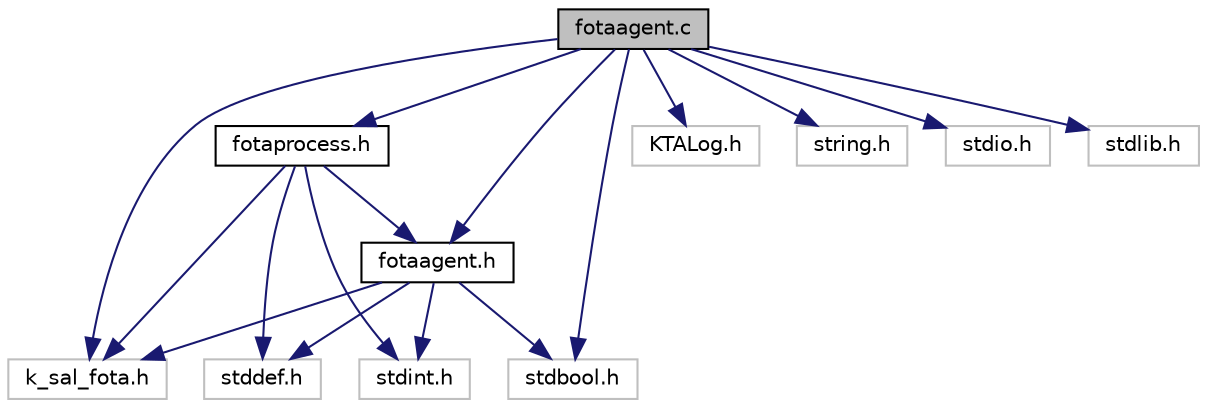
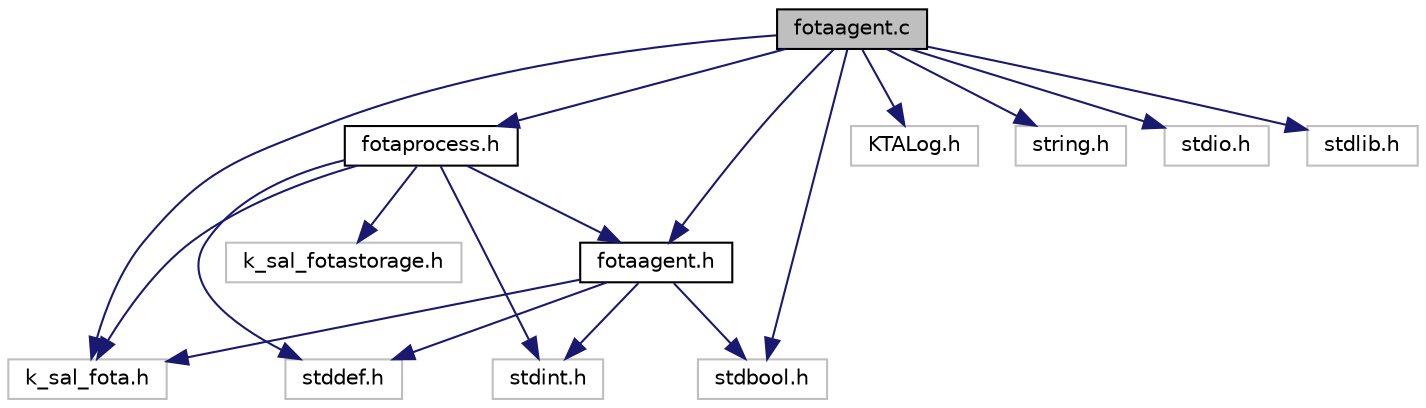
digraph "fotaagent.c"
{
 // LATEX_PDF_SIZE
  edge [fontname="Helvetica",fontsize="10",labelfontname="Helvetica",labelfontsize="10"];
  node [fontname="Helvetica",fontsize="10",shape=record];
  Node1 [label="fotaagent.c",height=0.2,width=0.4,color="black", fillcolor="grey75", style="filled", fontcolor="black",tooltip="Fota Agent."];
  Node1 -> Node2 [color="midnightblue",fontsize="10",style="solid",fontname="Helvetica"];
  Node2 [label="fotaagent.h",height=0.2,width=0.4,color="black", fillcolor="white", style="filled",URL="$fotaagent_8h.html",tooltip="Interface for Fota Agent."];
  Node2 -> Node3 [color="midnightblue",fontsize="10",style="solid",fontname="Helvetica"];
  Node3 [label="k_sal_fota.h",height=0.2,width=0.4,color="grey75", fillcolor="white", style="filled",tooltip=" "];
  Node2 -> Node4 [color="midnightblue",fontsize="10",style="solid",fontname="Helvetica"];
  Node4 [label="stddef.h",height=0.2,width=0.4,color="grey75", fillcolor="white", style="filled",tooltip=" "];
  Node2 -> Node5 [color="midnightblue",fontsize="10",style="solid",fontname="Helvetica"];
  Node5 [label="stdint.h",height=0.2,width=0.4,color="grey75", fillcolor="white", style="filled",tooltip=" "];
  Node2 -> Node6 [color="midnightblue",fontsize="10",style="solid",fontname="Helvetica"];
  Node6 [label="stdbool.h",height=0.2,width=0.4,color="grey75", fillcolor="white", style="filled",tooltip=" "];
  Node1 -> Node3 [color="midnightblue",fontsize="10",style="solid",fontname="Helvetica"];
  Node1 -> Node7 [color="midnightblue",fontsize="10",style="solid",fontname="Helvetica"];
  Node7 [label="fotaprocess.h",height=0.2,width=0.4,color="black", fillcolor="white", style="filled",URL="$fotaprocess_8h.html",tooltip="Fota Agent Process."];
  Node7 -> Node2 [color="midnightblue",fontsize="10",style="solid",fontname="Helvetica"];
  Node7 -> Node3 [color="midnightblue",fontsize="10",style="solid",fontname="Helvetica"];
+   Node7 -> Node8 [color="midnightblue",fontsize="10",style="solid",fontname="Helvetica"];
+   Node8 [label="k_sal_fotastorage.h",height=0.2,width=0.4,color="grey75", fillcolor="white", style="filled",tooltip=" "];
  Node7 -> Node4 [color="midnightblue",fontsize="10",style="solid",fontname="Helvetica"];
  Node7 -> Node5 [color="midnightblue",fontsize="10",style="solid",fontname="Helvetica"];
-   Node1 -> Node8 [color="midnightblue",fontsize="10",style="solid",fontname="Helvetica"];
-   Node8 [label="KTALog.h",height=0.2,width=0.4,color="grey75", fillcolor="white", style="filled",tooltip=" "];
  Node1 -> Node9 [color="midnightblue",fontsize="10",style="solid",fontname="Helvetica"];
-   Node9 [label="string.h",height=0.2,width=0.4,color="grey75", fillcolor="white", style="filled",tooltip=" "];
+   Node9 [label="KTALog.h",height=0.2,width=0.4,color="grey75", fillcolor="white", style="filled",tooltip=" "];
  Node1 -> Node10 [color="midnightblue",fontsize="10",style="solid",fontname="Helvetica"];
-   Node10 [label="stdio.h",height=0.2,width=0.4,color="grey75", fillcolor="white", style="filled",tooltip=" "];
+   Node10 [label="string.h",height=0.2,width=0.4,color="grey75", fillcolor="white", style="filled",tooltip=" "];
  Node1 -> Node11 [color="midnightblue",fontsize="10",style="solid",fontname="Helvetica"];
-   Node11 [label="stdlib.h",height=0.2,width=0.4,color="grey75", fillcolor="white", style="filled",tooltip=" "];
+   Node11 [label="stdio.h",height=0.2,width=0.4,color="grey75", fillcolor="white", style="filled",tooltip=" "];
+   Node1 -> Node12 [color="midnightblue",fontsize="10",style="solid",fontname="Helvetica"];
+   Node12 [label="stdlib.h",height=0.2,width=0.4,color="grey75", fillcolor="white", style="filled",tooltip=" "];
  Node1 -> Node6 [color="midnightblue",fontsize="10",style="solid",fontname="Helvetica"];
}
